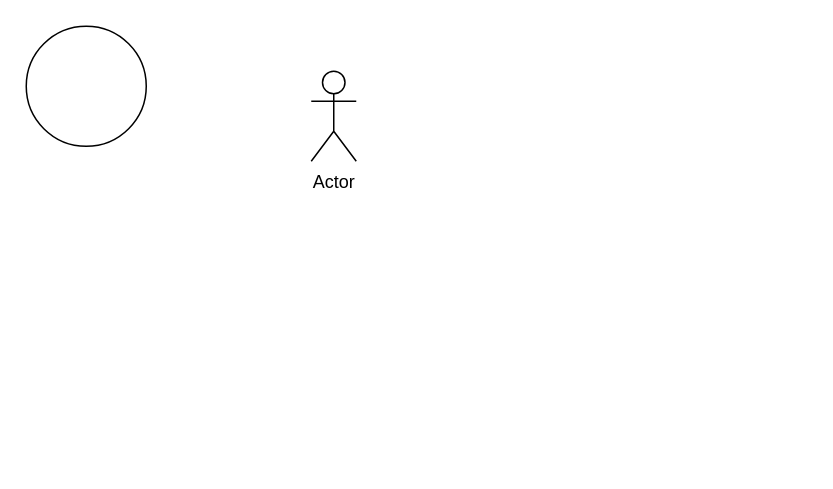
pavel-vrn/test.ru keeps this draw.io diagram as Untitled Diagram.drawio. Above is the earlier version. Source tidied: cells renumbered, new cells numbered last; positions are measured from the earlier drawing's top-left corner, leaving out a move shared by most shapes. Both pictures are drawn from the tidied source at 150%, with x=0, y=0 at pixel (26, 26).
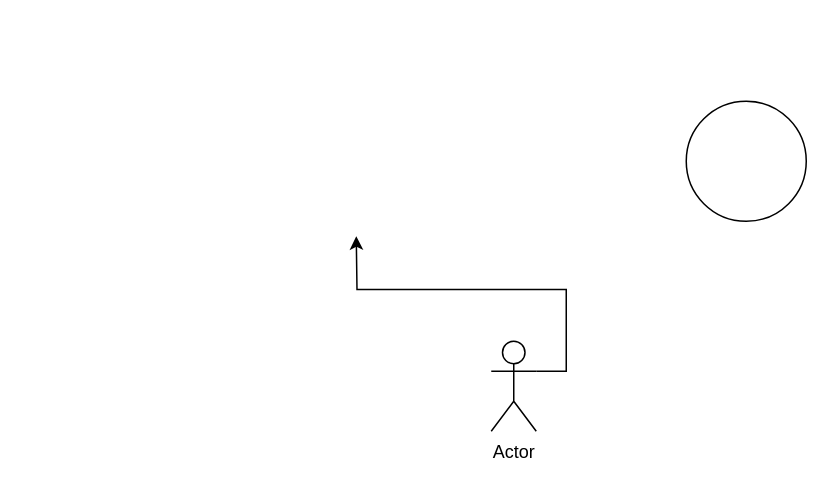
After the change.

The edit, as a diff of the source:
```diff
@@
 <mxGraphModel>
   <root>
     <mxCell id="0" />
     <mxCell id="1" parent="0" />
+    <mxCell id="4" style="edgeStyle=orthogonalEdgeStyle;rounded=0;jettySize=auto;html=1;exitX=1;exitY=0.3333333333333333;exitDx=0;exitDy=0;exitPerimeter=0;" parent="1" edge="1" source="2">
+      <mxGeometry relative="1" as="geometry">
+        <mxPoint x="220" y="140" as="targetPoint" />
+      </mxGeometry>
+    </mxCell>
     <mxCell id="2" value="Actor" style="shape=umlActor;verticalLabelPosition=bottom;labelBackgroundColor=#ffffff;verticalAlign=top;html=1;outlineConnect=0;" parent="1" vertex="1">
-      <mxGeometry x="190" y="30" width="30" height="60" as="geometry" />
+      <mxGeometry x="310" y="210" width="30" height="60" as="geometry" />
     </mxCell>
     <mxCell id="3" style="ellipse;whiteSpace=wrap;html=1;" parent="1" vertex="1">
-      <mxGeometry width="80" height="80" as="geometry" />
+      <mxGeometry x="440" y="50" width="80" height="80" as="geometry" />
     </mxCell>
   </root>
 </mxGraphModel>
```
